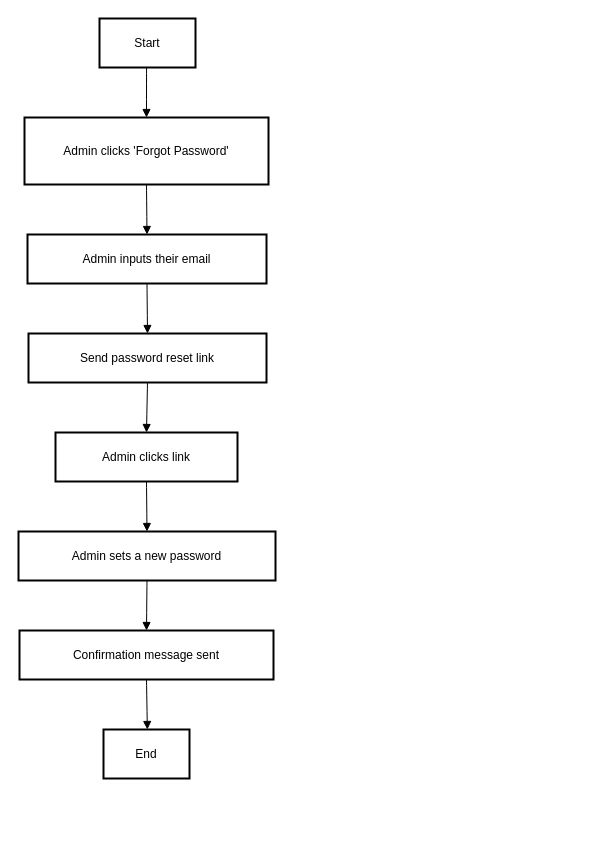
Earlier version of the draw.io diagram Flowcahrt/Vats_User_Password Reset.drawio (VatsSanghvi/Big-Data-Project). Source tidied: cells renumbered, new cells numbered last; positions are measured from the earlier drawing's top-left corner, leaving out a move shared by most shapes. Both pictures are drawn from the tidied source at 100%, with x=0, y=0 at pixel (18, 18).
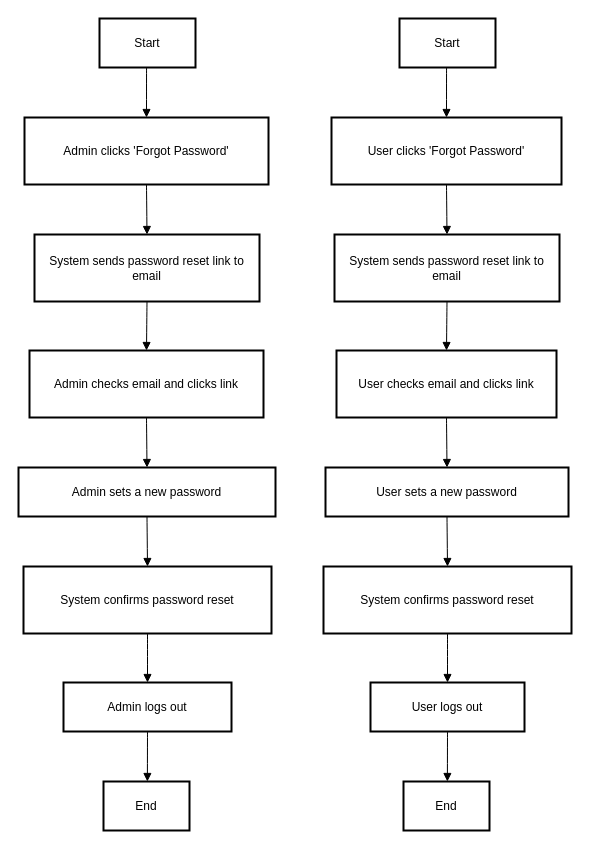
The same page after the edit.

Unchanged cells that the change refers to:
```xml
<mxCell id="3" value="Admin clicks 'Forgot Password'" style="whiteSpace=wrap;strokeWidth=2;" parent="1" vertex="1">
  <mxGeometry x="6" y="99" width="244" height="67" as="geometry" />
</mxCell>
```

Change to the diagram source:
```diff
@@
-    <mxCell id="4" value="Admin inputs their email" style="whiteSpace=wrap;strokeWidth=2;" parent="1" vertex="1">
-      <mxGeometry x="9" y="216" width="239" height="49" as="geometry" />
-    </mxCell>
-    <mxCell id="5" value="Send password reset link" style="whiteSpace=wrap;strokeWidth=2;" parent="1" vertex="1">
-      <mxGeometry x="10" y="315" width="238" height="49" as="geometry" />
-    </mxCell>
-    <mxCell id="6" value="Admin clicks link" style="whiteSpace=wrap;strokeWidth=2;" parent="1" vertex="1">
-      <mxGeometry x="37" y="414" width="182" height="49" as="geometry" />
-    </mxCell>
+    <mxCell id="17" value="System sends password reset link to email" style="whiteSpace=wrap;strokeWidth=2;" parent="1" vertex="1">
+      <mxGeometry x="16" y="216" width="225" height="67" as="geometry" />
+    </mxCell>
+    <mxCell id="18" value="Admin checks email and clicks link" style="whiteSpace=wrap;strokeWidth=2;" parent="1" vertex="1">
+      <mxGeometry x="11" y="332" width="234" height="67" as="geometry" />
+    </mxCell>
     <mxCell id="7" value="Admin sets a new password" style="whiteSpace=wrap;strokeWidth=2;" parent="1" vertex="1">
-      <mxGeometry y="513" width="257" height="49" as="geometry" />
+      <mxGeometry y="449" width="257" height="49" as="geometry" />
     </mxCell>
-    <mxCell id="8" value="Confirmation message sent" style="whiteSpace=wrap;strokeWidth=2;" parent="1" vertex="1">
-      <mxGeometry x="1" y="612" width="254" height="49" as="geometry" />
-    </mxCell>
-    <mxCell id="9" value="End" style="whiteSpace=wrap;strokeWidth=2;" parent="1" vertex="1">
-      <mxGeometry x="85" y="711" width="86" height="49" as="geometry" />
-    </mxCell>
+    <mxCell id="19" value="System confirms password reset" style="whiteSpace=wrap;strokeWidth=2;" parent="1" vertex="1">
+      <mxGeometry x="5" y="548" width="248" height="67" as="geometry" />
+    </mxCell>
+    <mxCell id="20" value="Admin logs out" style="whiteSpace=wrap;strokeWidth=2;" parent="1" vertex="1">
+      <mxGeometry x="45" y="664" width="168" height="49" as="geometry" />
+    </mxCell>
+    <mxCell id="21" value="End" style="whiteSpace=wrap;strokeWidth=2;" parent="1" vertex="1">
+      <mxGeometry x="85" y="763" width="86" height="49" as="geometry" />
+    </mxCell>
+    <mxCell id="22" value="Start" style="whiteSpace=wrap;strokeWidth=2;" parent="1" vertex="1">
+      <mxGeometry x="381" width="96" height="49" as="geometry" />
+    </mxCell>
+    <mxCell id="23" value="User clicks 'Forgot Password'" style="whiteSpace=wrap;strokeWidth=2;" parent="1" vertex="1">
+      <mxGeometry x="313" y="99" width="230" height="67" as="geometry" />
+    </mxCell>
+    <mxCell id="24" value="System sends password reset link to email" style="whiteSpace=wrap;strokeWidth=2;" parent="1" vertex="1">
+      <mxGeometry x="316" y="216" width="225" height="67" as="geometry" />
+    </mxCell>
+    <mxCell id="25" value="User checks email and clicks link" style="whiteSpace=wrap;strokeWidth=2;" parent="1" vertex="1">
+      <mxGeometry x="318" y="332" width="220" height="67" as="geometry" />
+    </mxCell>
+    <mxCell id="26" value="User sets a new password" style="whiteSpace=wrap;strokeWidth=2;" parent="1" vertex="1">
+      <mxGeometry x="307" y="449" width="243" height="49" as="geometry" />
+    </mxCell>
+    <mxCell id="27" value="System confirms password reset" style="whiteSpace=wrap;strokeWidth=2;" parent="1" vertex="1">
+      <mxGeometry x="305" y="548" width="248" height="67" as="geometry" />
+    </mxCell>
+    <mxCell id="28" value="User logs out" style="whiteSpace=wrap;strokeWidth=2;" parent="1" vertex="1">
+      <mxGeometry x="352" y="664" width="154" height="49" as="geometry" />
+    </mxCell>
+    <mxCell id="29" value="End" style="whiteSpace=wrap;strokeWidth=2;" parent="1" vertex="1">
+      <mxGeometry x="385" y="763" width="86" height="49" as="geometry" />
+    </mxCell>
@@
-    <mxCell id="11" style="curved=1;startArrow=none;endArrow=block;exitX=0.5;exitY=0.99;entryX=0.5;entryY=-0.01;rounded=0;" parent="1" edge="1" source="3" target="4">
-      <mxGeometry relative="1" as="geometry" />
-    </mxCell>
-    <mxCell id="12" style="curved=1;startArrow=none;endArrow=block;exitX=0.5;exitY=0.99;entryX=0.5;entryY=-0.01;rounded=0;" parent="1" edge="1" source="4" target="5">
-      <mxGeometry relative="1" as="geometry" />
-    </mxCell>
-    <mxCell id="13" style="curved=1;startArrow=none;endArrow=block;exitX=0.5;exitY=0.99;entryX=0.5;entryY=-0.01;rounded=0;" parent="1" edge="1" source="5" target="6">
-      <mxGeometry relative="1" as="geometry" />
-    </mxCell>
-    <mxCell id="14" style="curved=1;startArrow=none;endArrow=block;exitX=0.5;exitY=0.99;entryX=0.5;entryY=-0.01;rounded=0;" parent="1" edge="1" source="6" target="7">
-      <mxGeometry relative="1" as="geometry" />
-    </mxCell>
-    <mxCell id="15" style="curved=1;startArrow=none;endArrow=block;exitX=0.5;exitY=0.99;entryX=0.5;entryY=-0.01;rounded=0;" parent="1" edge="1" source="7" target="8">
-      <mxGeometry relative="1" as="geometry" />
-    </mxCell>
-    <mxCell id="16" style="curved=1;startArrow=none;endArrow=block;exitX=0.5;exitY=0.99;entryX=0.51;entryY=-0.01;rounded=0;" parent="1" edge="1" source="8" target="9">
-      <mxGeometry relative="1" as="geometry" />
-    </mxCell>
+    <mxCell id="30" style="curved=1;startArrow=none;endArrow=block;exitX=0.5;exitY=0.99;entryX=0.5;entryY=-0.01;rounded=0;" parent="1" edge="1" source="3" target="17">
+      <mxGeometry relative="1" as="geometry" />
+    </mxCell>
+    <mxCell id="31" style="curved=1;startArrow=none;endArrow=block;exitX=0.5;exitY=0.99;entryX=0.5;entryY=0;rounded=0;" parent="1" edge="1" source="17" target="18">
+      <mxGeometry relative="1" as="geometry" />
+    </mxCell>
+    <mxCell id="32" style="curved=1;startArrow=none;endArrow=block;exitX=0.5;exitY=1;entryX=0.5;entryY=0;rounded=0;" parent="1" edge="1" source="18" target="7">
+      <mxGeometry relative="1" as="geometry" />
+    </mxCell>
+    <mxCell id="33" style="curved=1;startArrow=none;endArrow=block;exitX=0.5;exitY=1;entryX=0.5;entryY=0;rounded=0;" parent="1" edge="1" source="7" target="19">
+      <mxGeometry relative="1" as="geometry" />
+    </mxCell>
+    <mxCell id="34" style="curved=1;startArrow=none;endArrow=block;exitX=0.5;exitY=0.99;entryX=0.5;entryY=0.01;rounded=0;" parent="1" edge="1" source="19" target="20">
+      <mxGeometry relative="1" as="geometry" />
+    </mxCell>
+    <mxCell id="35" style="curved=1;startArrow=none;endArrow=block;exitX=0.5;exitY=1.01;entryX=0.51;entryY=0.01;rounded=0;" parent="1" edge="1" source="20" target="21">
+      <mxGeometry relative="1" as="geometry" />
+    </mxCell>
+    <mxCell id="36" style="curved=1;startArrow=none;endArrow=block;exitX=0.49;exitY=1;entryX=0.5;entryY=0;rounded=0;" parent="1" edge="1" source="22" target="23">
+      <mxGeometry relative="1" as="geometry" />
+    </mxCell>
+    <mxCell id="37" style="curved=1;startArrow=none;endArrow=block;exitX=0.5;exitY=0.99;entryX=0.5;entryY=-0.01;rounded=0;" parent="1" edge="1" source="23" target="24">
+      <mxGeometry relative="1" as="geometry" />
+    </mxCell>
+    <mxCell id="38" style="curved=1;startArrow=none;endArrow=block;exitX=0.5;exitY=0.99;entryX=0.5;entryY=0;rounded=0;" parent="1" edge="1" source="24" target="25">
+      <mxGeometry relative="1" as="geometry" />
+    </mxCell>
+    <mxCell id="39" style="curved=1;startArrow=none;endArrow=block;exitX=0.5;exitY=1;entryX=0.5;entryY=0;rounded=0;" parent="1" edge="1" source="25" target="26">
+      <mxGeometry relative="1" as="geometry" />
+    </mxCell>
+    <mxCell id="40" style="curved=1;startArrow=none;endArrow=block;exitX=0.5;exitY=1;entryX=0.5;entryY=0;rounded=0;" parent="1" edge="1" source="26" target="27">
+      <mxGeometry relative="1" as="geometry" />
+    </mxCell>
+    <mxCell id="41" style="curved=1;startArrow=none;endArrow=block;exitX=0.5;exitY=0.99;entryX=0.5;entryY=0.01;rounded=0;" parent="1" edge="1" source="27" target="28">
+      <mxGeometry relative="1" as="geometry" />
+    </mxCell>
+    <mxCell id="42" style="curved=1;startArrow=none;endArrow=block;exitX=0.5;exitY=1.01;entryX=0.51;entryY=0.01;rounded=0;" parent="1" edge="1" source="28" target="29">
+      <mxGeometry relative="1" as="geometry" />
+    </mxCell>
```
